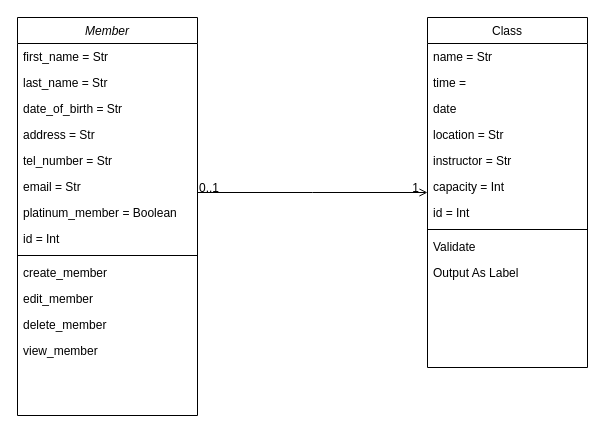
The draw.io diagram Untitled Diagram.drawio in calgdon/Average-Joes-Gym-Python-Project, before the edit. Source tidied: cells renumbered, new cells numbered last; positions are measured from the earlier drawing's top-left corner, leaving out a move shared by most shapes. Both pictures are drawn from the tidied source at 100%, with x=0, y=0 at pixel (17, 17).
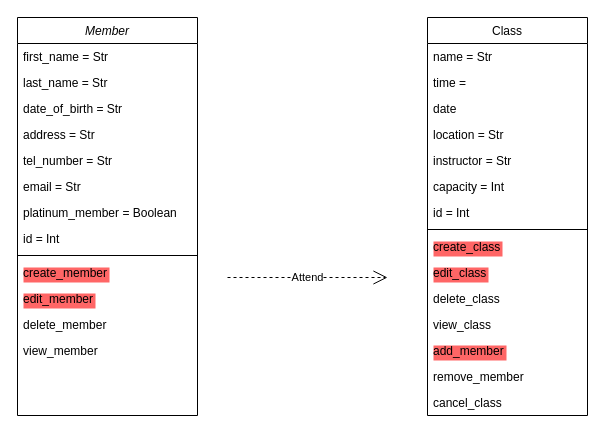
The same page after the edit.

The change refers to these unchanged cells:
```xml
<mxCell id="2" value="Member" style="swimlane;fontStyle=2;align=center;verticalAlign=top;horizontal=1;startSize=26;rounded=0;shadow=0;strokeWidth=1;" parent="1" vertex="1">
  <mxGeometry width="180" height="398" as="geometry" />
</mxCell>
```

Change to the diagram source:
```diff
@@
-    <mxCell id="12" value="create_member" style="text;align=left;verticalAlign=top;spacingLeft=4;spacingRight=4;overflow=hidden;" parent="2" vertex="1">
+    <mxCell id="12" value="create_member" style="text;align=left;verticalAlign=top;spacingLeft=4;spacingRight=4;overflow=hidden;labelBackgroundColor=#FF6666;" parent="2" vertex="1">
       <mxGeometry y="242" width="180" height="26" as="geometry" />
     </mxCell>
-    <mxCell id="13" value="edit_member" style="text;align=left;verticalAlign=top;spacingLeft=4;spacingRight=4;overflow=hidden;" parent="2" vertex="1">
+    <mxCell id="13" value="edit_member" style="text;align=left;verticalAlign=top;spacingLeft=4;spacingRight=4;overflow=hidden;labelBackgroundColor=#FF6666;" parent="2" vertex="1">
       <mxGeometry y="268" width="180" height="26" as="geometry" />
     </mxCell>
@@
     <mxCell id="16" value="Class" style="swimlane;fontStyle=0;align=center;verticalAlign=top;horizontal=1;startSize=26;rounded=0;shadow=0;strokeWidth=1;" parent="1" vertex="1">
-      <mxGeometry x="410" width="160" height="350" as="geometry" />
+      <mxGeometry x="410" width="160" height="398" as="geometry" />
     </mxCell>
@@
-    <mxCell id="25" value="Validate" style="text;align=left;verticalAlign=top;spacingLeft=4;spacingRight=4;overflow=hidden;" parent="16" vertex="1">
+    <mxCell id="25" value="create_class" style="text;align=left;verticalAlign=top;spacingLeft=4;spacingRight=4;overflow=hidden;labelBackgroundColor=#FF6666;" parent="16" vertex="1">
       <mxGeometry y="216" width="160" height="26" as="geometry" />
     </mxCell>
-    <mxCell id="26" value="Output As Label" style="text;align=left;verticalAlign=top;spacingLeft=4;spacingRight=4;overflow=hidden;" parent="16" vertex="1">
+    <mxCell id="26" value="edit_class" style="text;align=left;verticalAlign=top;spacingLeft=4;spacingRight=4;overflow=hidden;labelBackgroundColor=#FF6666;" parent="16" vertex="1">
       <mxGeometry y="242" width="160" height="26" as="geometry" />
     </mxCell>
-    <mxCell id="27" style="endArrow=open;shadow=0;strokeWidth=1;rounded=0;endFill=1;edgeStyle=elbowEdgeStyle;elbow=vertical;" parent="1" edge="1" source="2" target="16">
-      <mxGeometry x="0.5" y="41" relative="1" as="geometry">
-        <mxPoint x="-40" y="32" as="offset" />
-      </mxGeometry>
-    </mxCell>
-    <mxCell id="28" value="0..1" style="align=left;verticalAlign=bottom;labelBackgroundColor=none;fontSize=12;" parent="27" vertex="1">
-      <mxGeometry x="-1" relative="1" as="geometry">
-        <mxPoint y="4" as="offset" />
-      </mxGeometry>
-    </mxCell>
-    <mxCell id="29" value="1" style="align=right;verticalAlign=bottom;labelBackgroundColor=none;fontSize=12;" parent="27" vertex="1">
-      <mxGeometry x="1" relative="1" as="geometry">
-        <mxPoint x="-7" y="4" as="offset" />
-      </mxGeometry>
-    </mxCell>
+    <mxCell id="30" value="delete_class   " style="text;align=left;verticalAlign=top;spacingLeft=4;spacingRight=4;overflow=hidden;" parent="16" vertex="1">
+      <mxGeometry y="268" width="160" height="26" as="geometry" />
+    </mxCell>
+    <mxCell id="31" value="view_class" style="text;align=left;verticalAlign=top;spacingLeft=4;spacingRight=4;overflow=hidden;" parent="16" vertex="1">
+      <mxGeometry y="294" width="160" height="26" as="geometry" />
+    </mxCell>
+    <mxCell id="32" value="add_member" style="text;align=left;verticalAlign=top;spacingLeft=4;spacingRight=4;overflow=hidden;labelBackgroundColor=#FF6666;" parent="16" vertex="1">
+      <mxGeometry y="320" width="160" height="26" as="geometry" />
+    </mxCell>
+    <mxCell id="33" value="remove_member" style="text;align=left;verticalAlign=top;spacingLeft=4;spacingRight=4;overflow=hidden;" parent="16" vertex="1">
+      <mxGeometry y="346" width="160" height="26" as="geometry" />
+    </mxCell>
+    <mxCell id="34" value="cancel_class" style="text;align=left;verticalAlign=top;spacingLeft=4;spacingRight=4;overflow=hidden;" parent="16" vertex="1">
+      <mxGeometry y="372" width="160" height="26" as="geometry" />
+    </mxCell>
+    <mxCell id="35" value="Attend&lt;br&gt;" style="endArrow=open;endSize=12;dashed=1;html=1;rounded=0;" parent="1" edge="1">
+      <mxGeometry relative="1" as="geometry">
+        <mxPoint x="210" y="260" as="sourcePoint" />
+        <mxPoint x="370" y="260" as="targetPoint" />
+      </mxGeometry>
+    </mxCell>
```
